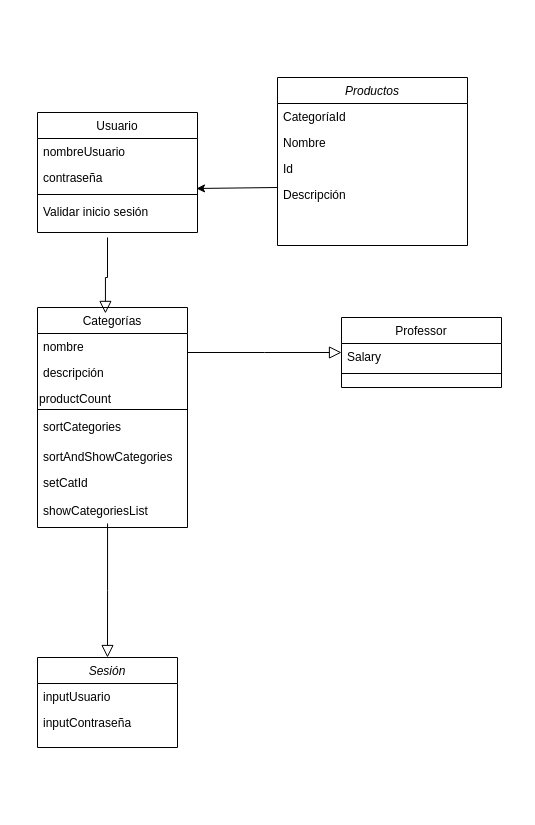
CamilaApai/workspace-jap keeps this draw.io diagram as Diagrama sin título.drawio. Above is the earlier version. Source tidied: cells renumbered, new cells numbered last; positions are measured from the earlier drawing's top-left corner, leaving out a move shared by most shapes. Both pictures are drawn from the tidied source at 100%, with x=0, y=0 at pixel (37, 77).
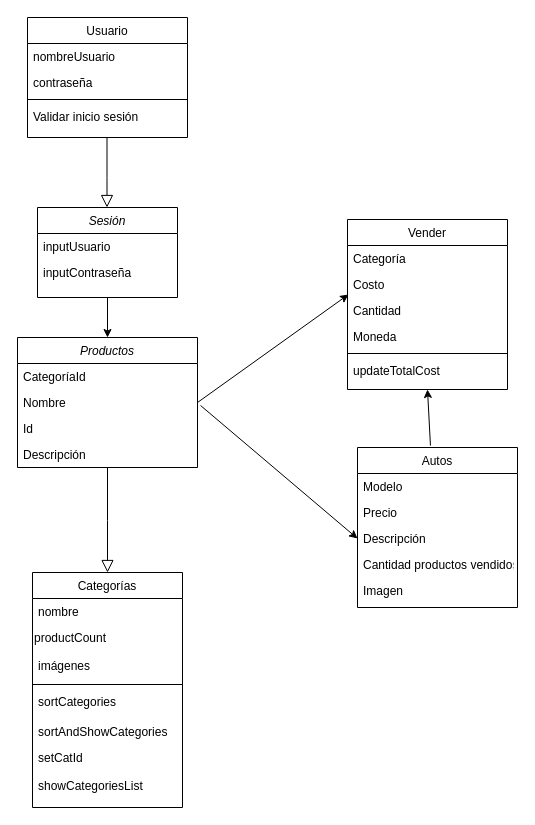
The same diagram, later.

Commit message:
Ultima actualizacion

Diff of the diagram source:
```diff
@@
     <mxCell id="2" value="Productos" style="swimlane;fontStyle=2;align=center;verticalAlign=top;horizontal=1;startSize=26;rounded=0;shadow=0;strokeWidth=1;" parent="1" vertex="1">
-      <mxGeometry x="240" width="190" height="168" as="geometry" />
+      <mxGeometry x="-20" y="260" width="180" height="130" as="geometry" />
     </mxCell>
     <mxCell id="3" value="CategoríaId" style="text;align=left;verticalAlign=top;spacingLeft=4;spacingRight=4;overflow=hidden;" parent="2" vertex="1">
-      <mxGeometry y="26" width="190" height="26" as="geometry" />
+      <mxGeometry y="26" width="180" height="26" as="geometry" />
     </mxCell>
     <mxCell id="4" value="Nombre" style="text;align=left;verticalAlign=top;spacingLeft=4;spacingRight=4;overflow=hidden;points=[[0,0.5],[1,0.5]];portConstraint=eastwest;rounded=0;shadow=0;html=0;" parent="2" vertex="1">
-      <mxGeometry y="52" width="190" height="26" as="geometry" />
+      <mxGeometry y="52" width="180" height="26" as="geometry" />
     </mxCell>
     <mxCell id="5" value="Id" style="text;align=left;verticalAlign=top;spacingLeft=4;spacingRight=4;overflow=hidden;points=[[0,0.5],[1,0.5]];portConstraint=eastwest;rounded=0;shadow=0;html=0;" parent="2" vertex="1">
-      <mxGeometry y="78" width="190" height="26" as="geometry" />
+      <mxGeometry y="78" width="180" height="26" as="geometry" />
     </mxCell>
     <mxCell id="6" value="Descripción" style="text;align=left;verticalAlign=top;spacingLeft=4;spacingRight=4;overflow=hidden;points=[[0,0.5],[1,0.5]];portConstraint=eastwest;rounded=0;shadow=0;html=0;" parent="2" vertex="1">
-      <mxGeometry y="104" width="190" height="26" as="geometry" />
+      <mxGeometry y="104" width="180" height="26" as="geometry" />
     </mxCell>
     <mxCell id="7" value="Categorías" style="swimlane;fontStyle=0;align=center;verticalAlign=top;horizontal=1;startSize=26;rounded=0;shadow=0;strokeWidth=1;" parent="1" vertex="1">
-      <mxGeometry y="230" width="150" height="220" as="geometry" />
+      <mxGeometry x="-5" y="495" width="150" height="235" as="geometry" />
     </mxCell>
@@
-    <mxCell id="9" value="descripción" style="text;align=left;verticalAlign=top;spacingLeft=4;spacingRight=4;overflow=hidden;rounded=0;shadow=0;html=0;" parent="7" vertex="1">
-      <mxGeometry y="52" width="150" height="26" as="geometry" />
-    </mxCell>
@@
     <mxCell id="11" value="productCount&lt;div style=&quot;border-color: var(--border-color); padding: 0px; margin: 0px;&quot;&gt;&lt;br style=&quot;border-color: var(--border-color); padding: 0px; margin: 0px; color: rgb(0, 0, 0); font-family: Helvetica; font-size: 12px; font-style: normal; font-variant-ligatures: normal; font-variant-caps: normal; font-weight: 400; letter-spacing: normal; orphans: 2; text-align: left; text-indent: 0px; text-transform: none; widows: 2; word-spacing: 0px; -webkit-text-stroke-width: 0px; background-color: rgb(251, 251, 251); text-decoration-thickness: initial; text-decoration-style: initial; text-decoration-color: initial;&quot;&gt;&#10;&#10;&lt;/div&gt;" style="text;whiteSpace=wrap;html=1;" parent="7" vertex="1">
-      <mxGeometry y="78" width="150" height="20" as="geometry" />
+      <mxGeometry y="52" width="150" height="28" as="geometry" />
     </mxCell>
+    <mxCell id="15" value="imágenes&#10;" style="text;align=left;verticalAlign=top;spacingLeft=4;spacingRight=4;overflow=hidden;" parent="7" vertex="1">
+      <mxGeometry y="80" width="150" height="28" as="geometry" />
+    </mxCell>
     <mxCell id="12" style="line;html=1;strokeWidth=1;align=left;verticalAlign=middle;spacingTop=-1;spacingLeft=3;spacingRight=3;labelPosition=right;" parent="7" vertex="1">
-      <mxGeometry y="98" width="150" height="8" as="geometry" />
+      <mxGeometry y="108" width="150" height="8" as="geometry" />
     </mxCell>
     <mxCell id="13" value="sortCategories" style="text;align=left;verticalAlign=top;spacingLeft=4;spacingRight=4;overflow=hidden;fontStyle=0;" parent="7" vertex="1">
-      <mxGeometry y="106" width="150" height="30" as="geometry" />
+      <mxGeometry y="116" width="150" height="30" as="geometry" />
     </mxCell>
     <mxCell id="14" value="sortAndShowCategories" style="text;align=left;verticalAlign=top;spacingLeft=4;spacingRight=4;overflow=hidden;fontStyle=0;" parent="7" vertex="1">
-      <mxGeometry y="136" width="150" height="26" as="geometry" />
+      <mxGeometry y="146" width="150" height="26" as="geometry" />
     </mxCell>
-    <mxCell id="15" value="setCatId" style="text;align=left;verticalAlign=top;spacingLeft=4;spacingRight=4;overflow=hidden;" parent="7" vertex="1">
-      <mxGeometry y="162" width="150" height="28" as="geometry" />
-    </mxCell>
+    <mxCell id="32" value="setCatId" style="text;align=left;verticalAlign=top;spacingLeft=4;spacingRight=4;overflow=hidden;" parent="7" vertex="1">
+      <mxGeometry y="172" width="150" height="28" as="geometry" />
+    </mxCell>
     <mxCell id="16" value="showCategoriesList" style="text;align=left;verticalAlign=top;spacingLeft=4;spacingRight=4;overflow=hidden;points=[[0,0.5],[1,0.5]];portConstraint=eastwest;fontStyle=0;" parent="7" vertex="1">
-      <mxGeometry y="190" width="150" height="30" as="geometry" />
+      <mxGeometry y="200" width="150" height="30" as="geometry" />
     </mxCell>
-    <mxCell id="17" style="endArrow=block;endSize=10;endFill=0;shadow=0;strokeWidth=1;rounded=0;edgeStyle=elbowEdgeStyle;elbow=vertical;entryX=0.453;entryY=0.027;entryDx=0;entryDy=0;entryPerimeter=0;" parent="1" edge="1" target="7">
+    <mxCell id="17" style="endArrow=block;endSize=10;endFill=0;shadow=0;strokeWidth=1;rounded=0;edgeStyle=elbowEdgeStyle;elbow=vertical;" parent="1" edge="1">
       <mxGeometry relative="1" as="geometry">
-        <mxPoint x="70" y="160" as="sourcePoint" />
+        <mxPoint x="69.5" y="60" as="sourcePoint" />
+        <mxPoint x="69.5" y="130" as="targetPoint" />
         <Array as="points">
-          <mxPoint x="70" y="200" />
+          <mxPoint x="69.5" y="100" />
         </Array>
       </mxGeometry>
     </mxCell>
-    <mxCell id="18" value="Professor" style="swimlane;fontStyle=0;align=center;verticalAlign=top;horizontal=1;startSize=26;rounded=0;shadow=0;strokeWidth=1;" parent="1" vertex="1">
-      <mxGeometry x="304" y="240" width="160" height="70" as="geometry" />
+    <mxCell id="18" value="Vender" style="swimlane;fontStyle=0;align=center;verticalAlign=top;horizontal=1;startSize=26;rounded=0;shadow=0;strokeWidth=1;" parent="1" vertex="1">
+      <mxGeometry x="310" y="142" width="160" height="170" as="geometry" />
     </mxCell>
-    <mxCell id="19" value="Salary" style="text;align=left;verticalAlign=top;spacingLeft=4;spacingRight=4;overflow=hidden;" parent="18" vertex="1">
-      <mxGeometry y="26" width="160" height="26" as="geometry" />
-    </mxCell>
+    <mxCell id="33" value="Categoría" style="text;align=left;verticalAlign=top;spacingLeft=4;spacingRight=4;overflow=hidden;" parent="18" vertex="1">
+      <mxGeometry y="26" width="160" height="26" as="geometry" />
+    </mxCell>
+    <mxCell id="34" value="Costo&#10;" style="text;align=left;verticalAlign=top;spacingLeft=4;spacingRight=4;overflow=hidden;" parent="18" vertex="1">
+      <mxGeometry y="52" width="160" height="26" as="geometry" />
+    </mxCell>
+    <mxCell id="35" value="Cantidad&#10;" style="text;align=left;verticalAlign=top;spacingLeft=4;spacingRight=4;overflow=hidden;points=[[0,0.5],[1,0.5]];portConstraint=eastwest;" parent="18" vertex="1">
+      <mxGeometry y="78" width="160" height="26" as="geometry" />
+    </mxCell>
+    <mxCell id="36" value="Moneda&#10;" style="text;align=left;verticalAlign=top;spacingLeft=4;spacingRight=4;overflow=hidden;" parent="18" vertex="1">
+      <mxGeometry y="104" width="160" height="26" as="geometry" />
+    </mxCell>
     <mxCell id="20" style="line;html=1;strokeWidth=1;align=left;verticalAlign=middle;spacingTop=-1;spacingLeft=3;spacingRight=3;labelPosition=right;" parent="18" vertex="1">
-      <mxGeometry y="52" width="160" height="8" as="geometry" />
+      <mxGeometry y="130" width="160" height="8" as="geometry" />
     </mxCell>
-    <mxCell id="21" style="endArrow=block;endSize=10;endFill=0;shadow=0;strokeWidth=1;rounded=0;edgeStyle=elbowEdgeStyle;elbow=vertical;" parent="1" edge="1" source="7" target="18">
-      <mxGeometry relative="1" as="geometry" />
-    </mxCell>
+    <mxCell id="37" value="updateTotalCost" style="text;align=left;verticalAlign=top;spacingLeft=4;spacingRight=4;overflow=hidden;" parent="18" vertex="1">
+      <mxGeometry y="138" width="160" height="26" as="geometry" />
+    </mxCell>
     <mxCell id="22" value="Usuario" style="swimlane;fontStyle=0;align=center;verticalAlign=top;horizontal=1;startSize=26;rounded=0;shadow=0;strokeWidth=1;" parent="1" vertex="1">
-      <mxGeometry y="35" width="160" height="120" as="geometry" />
+      <mxGeometry x="-10" y="-60" width="160" height="120" as="geometry" />
     </mxCell>
@@
     <mxCell id="27" value="Sesión" style="swimlane;fontStyle=2;align=center;verticalAlign=top;horizontal=1;startSize=26;rounded=0;shadow=0;strokeWidth=1;" parent="1" vertex="1">
-      <mxGeometry y="580" width="140" height="90" as="geometry" />
+      <mxGeometry y="130" width="140" height="90" as="geometry" />
     </mxCell>
@@
-    <mxCell id="30" style="endArrow=classic;html=1;rounded=0;entryX=0.994;entryY=1.038;entryDx=0;entryDy=0;entryPerimeter=0;" parent="1" edge="1">
-      <mxGeometry relative="1" as="geometry">
-        <mxPoint x="240" y="110" as="sourcePoint" />
-        <mxPoint x="159" y="111" as="targetPoint" />
-      </mxGeometry>
+    <mxCell id="30" style="endArrow=classic;html=1;rounded=0;entryX=0.5;entryY=0;entryDx=0;entryDy=0;exitX=0.5;exitY=1;exitDx=0;exitDy=0;" parent="1" edge="1" source="27" target="2">
+      <mxGeometry relative="1" as="geometry" />
     </mxCell>
-    <mxCell id="31" style="endArrow=block;endSize=10;endFill=0;shadow=0;strokeWidth=1;rounded=0;edgeStyle=elbowEdgeStyle;elbow=vertical;exitX=0.467;exitY=0.867;exitDx=0;exitDy=0;exitPerimeter=0;" parent="1" edge="1" source="16" target="27">
+    <mxCell id="31" style="endArrow=block;endSize=10;endFill=0;shadow=0;strokeWidth=1;rounded=0;edgeStyle=elbowEdgeStyle;elbow=vertical;entryX=0.5;entryY=0;entryDx=0;entryDy=0;" parent="1" edge="1" source="6" target="7">
       <mxGeometry relative="1" as="geometry" />
     </mxCell>
+    <mxCell id="38" value="Autos&#10;" style="swimlane;fontStyle=0;align=center;verticalAlign=top;horizontal=1;startSize=26;rounded=0;shadow=0;strokeWidth=1;" parent="1" vertex="1">
+      <mxGeometry x="320" y="370" width="160" height="160" as="geometry" />
+    </mxCell>
+    <mxCell id="19" value="Modelo" style="text;align=left;verticalAlign=top;spacingLeft=4;spacingRight=4;overflow=hidden;" parent="38" vertex="1">
+      <mxGeometry y="26" width="160" height="26" as="geometry" />
+    </mxCell>
+    <mxCell id="39" value="Precio" style="text;align=left;verticalAlign=top;spacingLeft=4;spacingRight=4;overflow=hidden;" parent="38" vertex="1">
+      <mxGeometry y="52" width="160" height="26" as="geometry" />
+    </mxCell>
+    <mxCell id="40" value="Descripción" style="text;align=left;verticalAlign=top;spacingLeft=4;spacingRight=4;overflow=hidden;points=[[0,0.5],[1,0.5]];portConstraint=eastwest;" parent="38" vertex="1">
+      <mxGeometry y="78" width="160" height="26" as="geometry" />
+    </mxCell>
+    <mxCell id="41" value="Cantidad productos vendidos&#10;" style="text;align=left;verticalAlign=top;spacingLeft=4;spacingRight=4;overflow=hidden;" parent="38" vertex="1">
+      <mxGeometry y="104" width="160" height="26" as="geometry" />
+    </mxCell>
+    <mxCell id="42" value="Imagen&#10;" style="text;align=left;verticalAlign=top;spacingLeft=4;spacingRight=4;overflow=hidden;" parent="38" vertex="1">
+      <mxGeometry y="130" width="160" height="26" as="geometry" />
+    </mxCell>
+    <mxCell id="43" style="endArrow=classic;html=1;rounded=0;exitX=1;exitY=0.5;exitDx=0;exitDy=0;entryX=0.006;entryY=-0.115;entryDx=0;entryDy=0;entryPerimeter=0;" parent="1" edge="1" source="4" target="35">
+      <mxGeometry relative="1" as="geometry" />
+    </mxCell>
+    <mxCell id="44" style="endArrow=classic;html=1;rounded=0;exitX=1.017;exitY=-0.385;exitDx=0;exitDy=0;exitPerimeter=0;entryX=0;entryY=0.5;entryDx=0;entryDy=0;" parent="1" edge="1" source="5" target="40">
+      <mxGeometry relative="1" as="geometry" />
+    </mxCell>
+    <mxCell id="45" style="endArrow=classic;html=1;rounded=0;exitX=0.456;exitY=-0.012;exitDx=0;exitDy=0;exitPerimeter=0;entryX=0.5;entryY=1;entryDx=0;entryDy=0;" parent="1" edge="1" source="38" target="18">
+      <mxGeometry relative="1" as="geometry" />
+    </mxCell>
```
